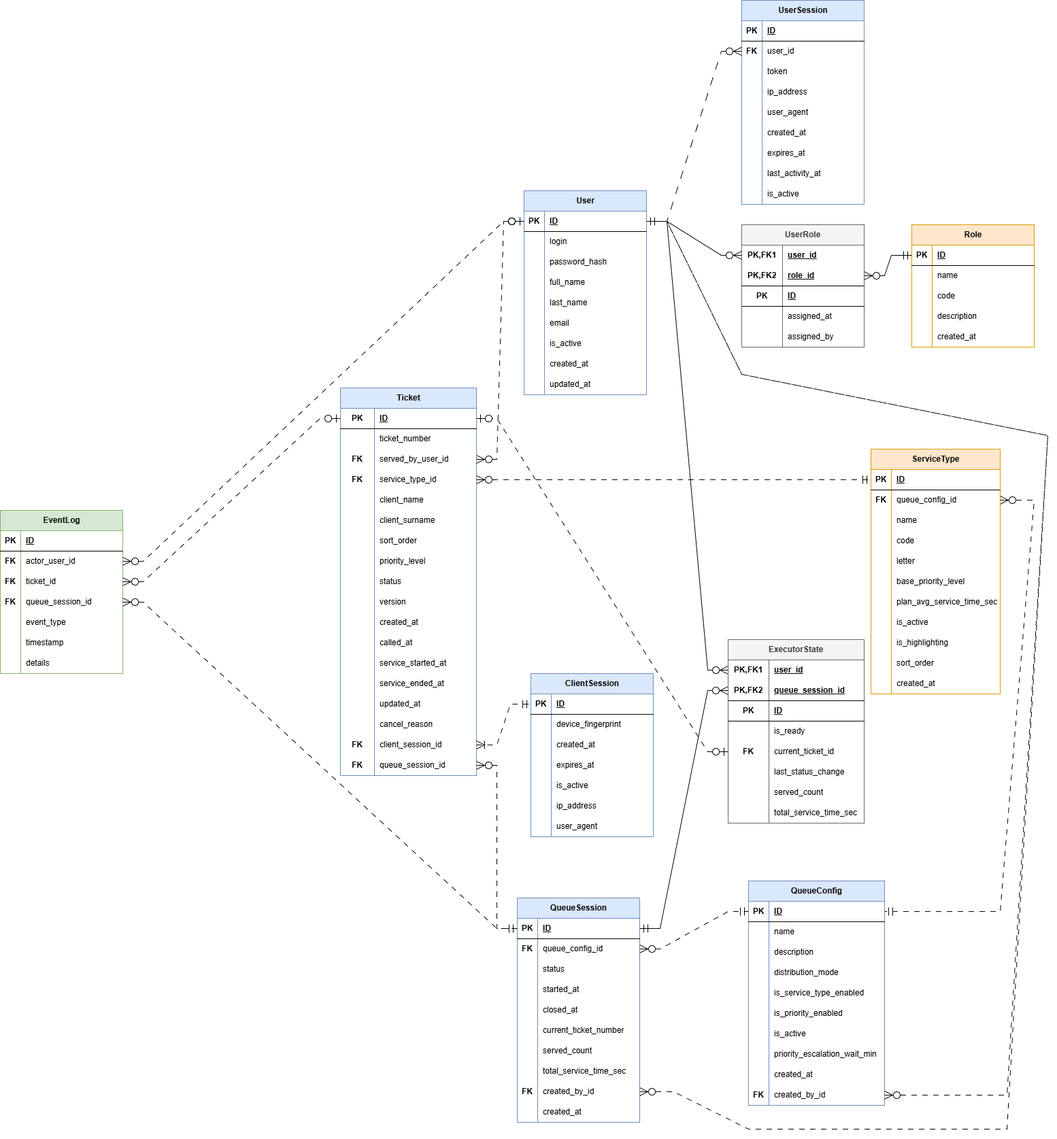
DaL1ner/virtual_queue_management_system keeps this draw.io diagram as docs/explanation/diagrams/src/data/logical-data-model.png. Above is the earlier version. Source tidied: cells renumbered, new cells last; positions are measured from the earlier drawing's top-left corner, leaving out a move shared by most shapes.
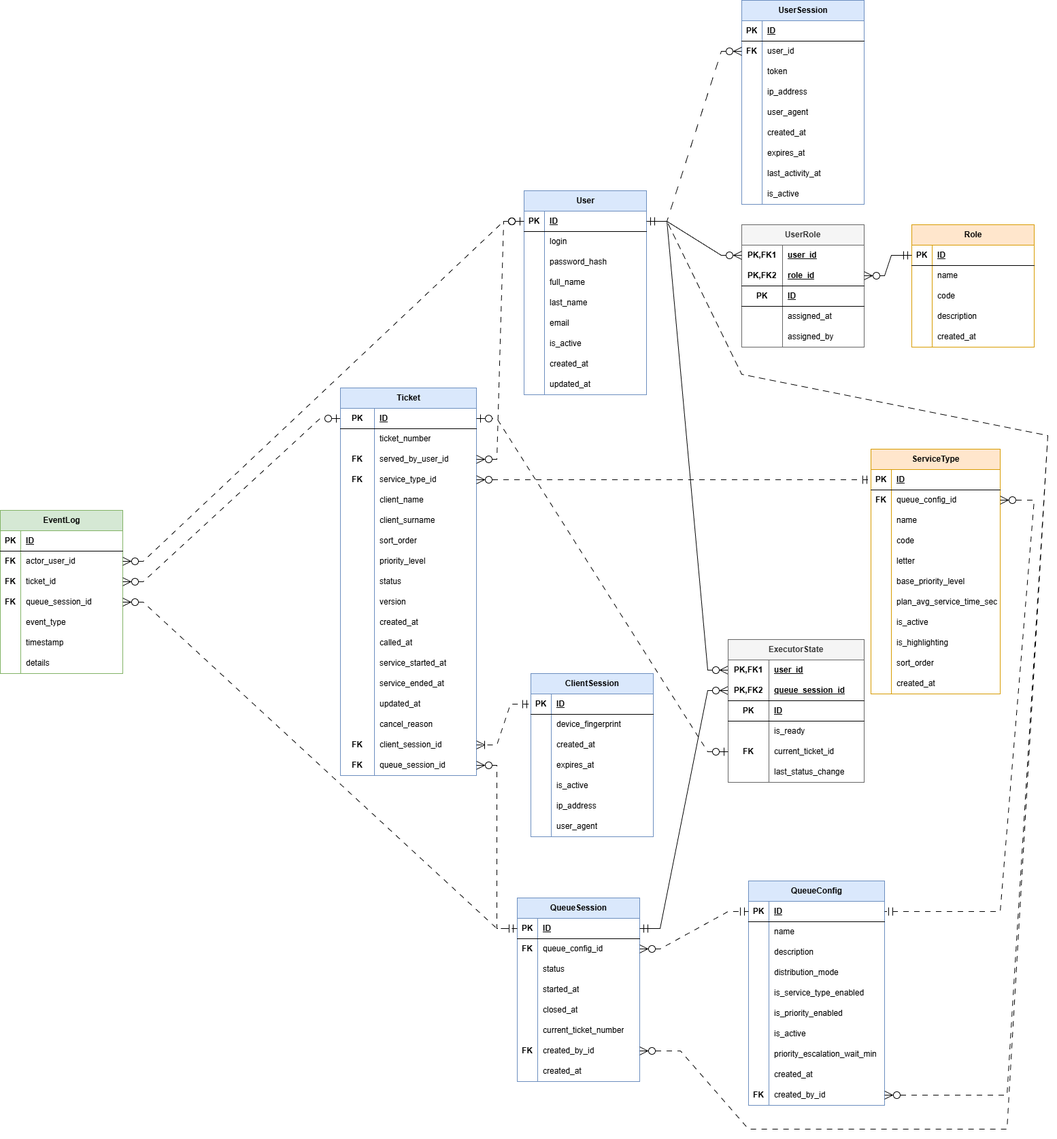
Above is the later version.

What changed in the source:
```diff
@@ -276,7 +276,7 @@
       <mxGeometry x="30" width="170" height="30" as="geometry" />
     </mxCell>
     <mxCell id="93" value="QueueSession" style="shape=table;startSize=30;rowLines=0;fontStyle=1;align=center;html=1;fillColor=#dae8fc;strokeColor=#6c8ebf;" parent="1" vertex="1">
-      <mxGeometry x="760" y="1320" width="180" height="330" as="geometry" />
+      <mxGeometry x="760" y="1320" width="180" height="270" as="geometry" />
     </mxCell>
     <mxCell id="94" style="shape=tableRow;horizontal=0;startSize=0;swimlaneHead=0;swimlaneBody=0;fillColor=none;points=[[0,0.5],[1,0.5]];portConstraint=eastwest;top=0;left=0;right=0;bottom=1;" parent="93" vertex="1">
       <mxGeometry y="30" width="180" height="30" as="geometry" />
@@ -332,26 +332,8 @@
     <mxCell id="111" value="current_ticket_number" style="shape=partialRectangle;fillColor=none;top=0;left=0;bottom=0;right=0;align=left;spacingLeft=6;overflow=hidden;whiteSpace=wrap;html=1;" parent="109" vertex="1">
       <mxGeometry x="30" width="150" height="30" as="geometry" />
     </mxCell>
-    <mxCell id="112" style="shape=tableRow;horizontal=0;startSize=0;swimlaneHead=0;swimlaneBody=0;fillColor=none;top=0;left=0;right=0;bottom=0;" parent="93" vertex="1">
-      <mxGeometry y="210" width="180" height="30" as="geometry" />
-    </mxCell>
-    <mxCell id="113" style="shape=partialRectangle;fillColor=none;top=0;left=0;bottom=0;right=0;overflow=hidden;whiteSpace=wrap;html=1;" parent="112" vertex="1">
-      <mxGeometry width="30" height="30" as="geometry" />
-    </mxCell>
-    <mxCell id="114" value="served_count" style="shape=partialRectangle;fillColor=none;top=0;left=0;bottom=0;right=0;align=left;spacingLeft=6;overflow=hidden;whiteSpace=wrap;html=1;" parent="112" vertex="1">
-      <mxGeometry x="30" width="150" height="30" as="geometry" />
-    </mxCell>
-    <mxCell id="115" style="shape=tableRow;horizontal=0;startSize=0;swimlaneHead=0;swimlaneBody=0;fillColor=none;top=0;left=0;right=0;bottom=0;" parent="93" vertex="1">
-      <mxGeometry y="240" width="180" height="30" as="geometry" />
-    </mxCell>
-    <mxCell id="116" style="shape=partialRectangle;fillColor=none;top=0;left=0;bottom=0;right=0;overflow=hidden;whiteSpace=wrap;html=1;fontStyle=1;" parent="115" vertex="1">
-      <mxGeometry width="30" height="30" as="geometry" />
-    </mxCell>
-    <mxCell id="117" value="total_service_time_sec" style="shape=partialRectangle;fillColor=none;top=0;left=0;bottom=0;right=0;align=left;spacingLeft=6;overflow=hidden;whiteSpace=wrap;html=1;" parent="115" vertex="1">
-      <mxGeometry x="30" width="150" height="30" as="geometry" />
-    </mxCell>
     <mxCell id="118" style="shape=tableRow;horizontal=0;startSize=0;swimlaneHead=0;swimlaneBody=0;fillColor=none;points=[[0,0.5],[1,0.5]];portConstraint=eastwest;top=0;left=0;right=0;bottom=0;" parent="93" vertex="1">
-      <mxGeometry y="270" width="180" height="30" as="geometry" />
+      <mxGeometry y="210" width="180" height="30" as="geometry" />
     </mxCell>
     <mxCell id="119" value="&lt;span style=&quot;font-weight: 700;&quot;&gt;FK&lt;/span&gt;" style="shape=partialRectangle;fillColor=none;top=0;left=0;bottom=0;right=0;overflow=hidden;whiteSpace=wrap;html=1;" parent="118" vertex="1">
       <mxGeometry width="30" height="30" as="geometry" />
@@ -360,7 +342,7 @@
       <mxGeometry x="30" width="150" height="30" as="geometry" />
     </mxCell>
     <mxCell id="121" style="shape=tableRow;horizontal=0;startSize=0;swimlaneHead=0;swimlaneBody=0;fillColor=none;top=0;left=0;right=0;bottom=0;" parent="93" vertex="1">
-      <mxGeometry y="300" width="180" height="30" as="geometry" />
+      <mxGeometry y="240" width="180" height="30" as="geometry" />
     </mxCell>
     <mxCell id="122" style="shape=partialRectangle;fillColor=none;top=0;left=0;bottom=0;right=0;overflow=hidden;whiteSpace=wrap;html=1;" parent="121" vertex="1">
       <mxGeometry width="30" height="30" as="geometry" />
@@ -822,7 +804,7 @@
       <mxGeometry relative="1" as="geometry" />
     </mxCell>
     <mxCell id="271" value="ExecutorState" style="shape=table;startSize=30;rowLines=0;fontStyle=1;align=center;html=1;whiteSpace=wrap;fillColor=#f5f5f5;fontColor=#333333;strokeColor=#666666;" parent="1" vertex="1">
-      <mxGeometry x="1070" y="940" width="200" height="270" as="geometry" />
+      <mxGeometry x="1070" y="940" width="200" height="210" as="geometry" />
     </mxCell>
     <mxCell id="272" style="shape=tableRow;horizontal=0;startSize=0;swimlaneHead=0;swimlaneBody=0;fillColor=none;points=[[0,0.5],[1,0.5]];portConstraint=eastwest;top=0;left=0;right=0;bottom=0;html=1;" parent="271" vertex="1">
       <mxGeometry y="30" width="200" height="30" as="geometry" />
@@ -878,31 +860,13 @@
     <mxCell id="289" value="last_status_change" style="shape=partialRectangle;fillColor=none;top=0;left=0;bottom=0;right=0;align=left;spacingLeft=6;overflow=hidden;html=1;whiteSpace=wrap;" parent="287" vertex="1">
       <mxGeometry x="60" width="140" height="30" as="geometry" />
     </mxCell>
-    <mxCell id="290" style="shape=tableRow;horizontal=0;startSize=0;swimlaneHead=0;swimlaneBody=0;fillColor=none;top=0;left=0;right=0;bottom=0;html=1;" parent="271" vertex="1">
-      <mxGeometry y="210" width="200" height="30" as="geometry" />
-    </mxCell>
-    <mxCell id="291" style="shape=partialRectangle;fillColor=none;top=0;left=0;bottom=0;right=0;overflow=hidden;html=1;whiteSpace=wrap;" parent="290" vertex="1">
-      <mxGeometry width="60" height="30" as="geometry" />
-    </mxCell>
-    <mxCell id="292" value="served_count" style="shape=partialRectangle;fillColor=none;top=0;left=0;bottom=0;right=0;align=left;spacingLeft=6;overflow=hidden;html=1;whiteSpace=wrap;" parent="290" vertex="1">
-      <mxGeometry x="60" width="140" height="30" as="geometry" />
-    </mxCell>
-    <mxCell id="293" style="shape=tableRow;horizontal=0;startSize=0;swimlaneHead=0;swimlaneBody=0;fillColor=none;top=0;left=0;right=0;bottom=0;html=1;" parent="271" vertex="1">
-      <mxGeometry y="240" width="200" height="30" as="geometry" />
-    </mxCell>
-    <mxCell id="294" style="shape=partialRectangle;fillColor=none;top=0;left=0;bottom=0;right=0;overflow=hidden;html=1;whiteSpace=wrap;" parent="293" vertex="1">
-      <mxGeometry width="60" height="30" as="geometry" />
-    </mxCell>
-    <mxCell id="295" value="total_service_time_sec" style="shape=partialRectangle;fillColor=none;top=0;left=0;bottom=0;right=0;align=left;spacingLeft=6;overflow=hidden;html=1;whiteSpace=wrap;" parent="293" vertex="1">
-      <mxGeometry x="60" width="140" height="30" as="geometry" />
-    </mxCell>
     <mxCell id="296" style="edgeStyle=entityRelationEdgeStyle;rounded=0;jettySize=auto;html=1;exitX=0;exitY=0.5;exitDx=0;exitDy=0;entryX=1;entryY=0.5;entryDx=0;entryDy=0;startArrow=ERzeroToOne;startFill=0;endArrow=ERzeroToOne;endFill=0;dashed=1;dashPattern=8 8;startSize=10;endSize=10;" parent="1" edge="1" source="284" target="210">
       <mxGeometry relative="1" as="geometry" />
     </mxCell>
     <mxCell id="297" style="rounded=0;jettySize=auto;html=1;exitX=1;exitY=0.5;exitDx=0;exitDy=0;entryX=1;entryY=0.5;entryDx=0;entryDy=0;dashed=1;dashPattern=8 8;strokeColor=default;align=center;verticalAlign=middle;fontFamily=Helvetica;fontSize=11;fontColor=default;labelBackgroundColor=default;startArrow=ERzeroToMany;startFill=0;startSize=10;endArrow=ERmandOne;endFill=0;endSize=10;" parent="1" edge="1" source="118" target="3">
       <mxGeometry relative="1" as="geometry">
         <Array as="points">
-          <mxPoint x="990" y="1605" />
+          <mxPoint x="1000" y="1545" />
           <mxPoint x="1100" y="1660" />
           <mxPoint x="1480" y="1660" />
           <mxPoint x="1540" y="640" />
```
